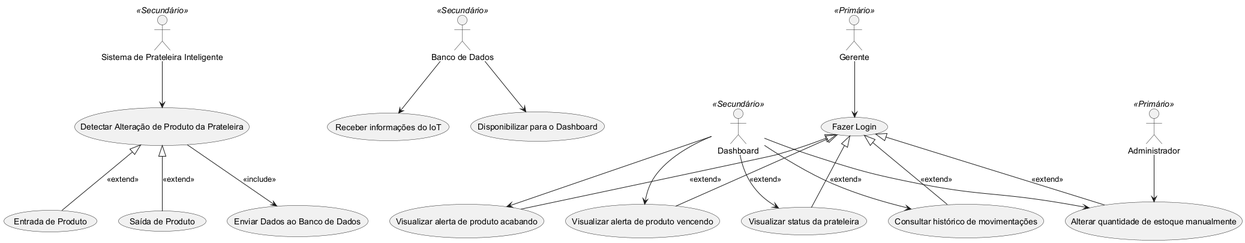
Earlier version of the PlantUML export docs/UMLs/Casos de Uso/casos de uso.png (Harthuz/TCC-RFID). Its source is kept beside it as docs/UMLs/Casos de Uso/casos de uso.puml. Source of this version:
```plantuml
@startuml
actor "Sistema de Prateleira Inteligente" as SPI <<Secundário>>
actor "Banco de Dados" as BD <<Secundário>>
actor "Dashboard" as Dashboard <<Secundário>>
actor "Gerente" as Gerente <<Primário>>
actor "Administrador" as Admin <<Primário>>

usecase "Detectar Alteração de Produto da Prateleira" as Detectar
usecase "Entrada de Produto" as Entrada
usecase "Saída de Produto" as Saida
usecase "Enviar Dados ao Banco de Dados" as Enviar
usecase "Receber informações do IoT" as ReceberIoT
usecase "Disponibilizar para o Dashboard" as DisponibilizarDashboard
usecase "Fazer Login" as FazerLogin
usecase "Consultar histórico de movimentações" as ConsultarHistorico
usecase "Visualizar status da prateleira" as VisualizarStatus
usecase "Visualizar alerta de produto acabando" as AlertaAcabando
usecase "Visualizar alerta de produto vencendo" as AlertaVencendo
usecase "Alterar quantidade de estoque manualmente" as AlterarEstoque

SPI --> Detectar
Detectar <|-- Entrada : <<extend>>
Detectar <|-- Saida : <<extend>>
Detectar --> Enviar : <<include>>

BD --> ReceberIoT
BD --> DisponibilizarDashboard

Gerente --> FazerLogin
FazerLogin <|-- ConsultarHistorico : <<extend>>
FazerLogin <|-- VisualizarStatus : <<extend>>
FazerLogin <|-- AlertaAcabando : <<extend>>
FazerLogin <|-- AlertaVencendo : <<extend>>
FazerLogin <|-- AlterarEstoque : <<extend>>

Dashboard --> ConsultarHistorico
Dashboard --> VisualizarStatus
Dashboard --> AlertaAcabando
Dashboard --> AlertaVencendo
Dashboard --> AlterarEstoque

Admin --> AlterarEstoque
@enduml
```
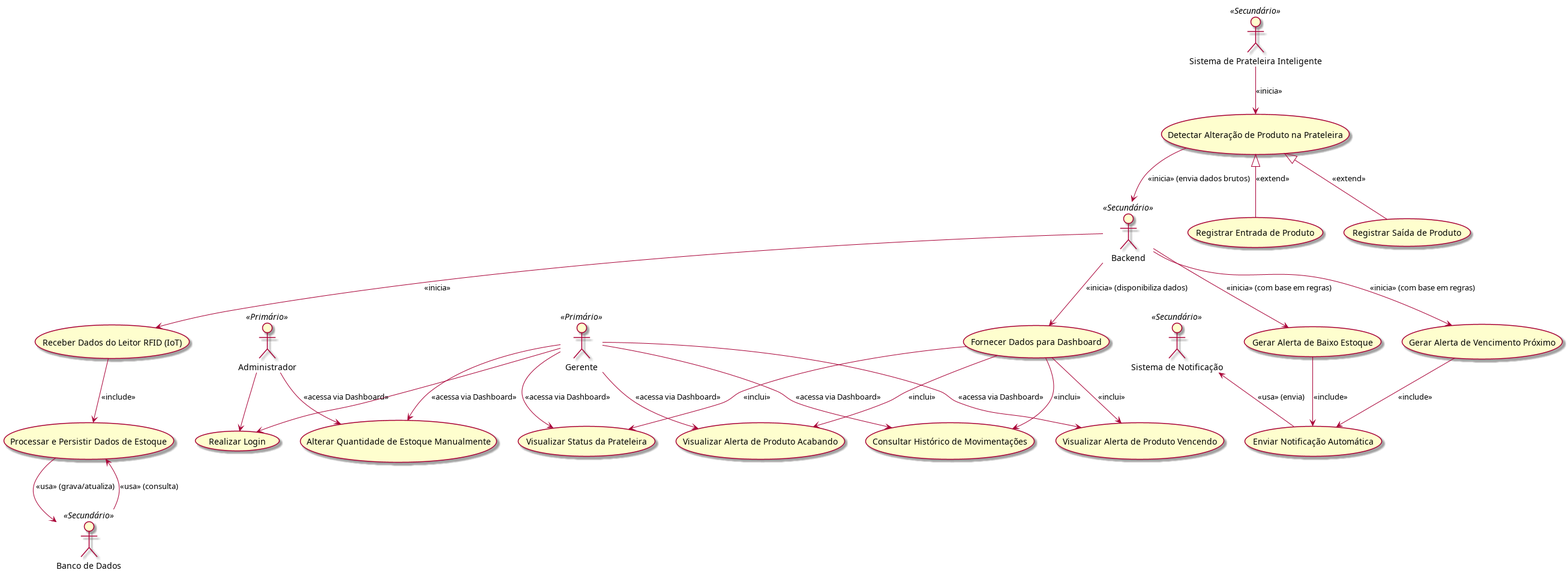
The same file after the commit.

Commit message:
refactor: update use case diagram with additional actors and use cases

Change to the diagram source:
```diff
@@ -1,43 +1,59 @@
 @startuml
 actor "Sistema de Prateleira Inteligente" as SPI <<Secundário>>
 actor "Banco de Dados" as BD <<Secundário>>
-actor "Dashboard" as Dashboard <<Secundário>>
 actor "Gerente" as Gerente <<Primário>>
 actor "Administrador" as Admin <<Primário>>
+actor "Sistema de Notificação" as NotificacaoSystem <<Secundário>>
+actor "Backend" as Backend <<Secundário>>
 
-usecase "Detectar Alteração de Produto da Prateleira" as Detectar
-usecase "Entrada de Produto" as Entrada
-usecase "Saída de Produto" as Saida
-usecase "Enviar Dados ao Banco de Dados" as Enviar
-usecase "Receber informações do IoT" as ReceberIoT
-usecase "Disponibilizar para o Dashboard" as DisponibilizarDashboard
-usecase "Fazer Login" as FazerLogin
-usecase "Consultar histórico de movimentações" as ConsultarHistorico
-usecase "Visualizar status da prateleira" as VisualizarStatus
-usecase "Visualizar alerta de produto acabando" as AlertaAcabando
-usecase "Visualizar alerta de produto vencendo" as AlertaVencendo
-usecase "Alterar quantidade de estoque manualmente" as AlterarEstoque
+usecase "Detectar Alteração de Produto na Prateleira" as Detectar
+usecase "Registrar Entrada de Produto" as Entrada
+usecase "Registrar Saída de Produto" as Saida
+usecase "Processar e Persistir Dados de Estoque" as ProcessarPersistir
+usecase "Receber Dados do Leitor RFID (IoT)" as ReceberIoT
+usecase "Fornecer Dados para Dashboard" as FornecerDashboard
+usecase "Realizar Login" as RealizarLogin
+usecase "Consultar Histórico de Movimentações" as ConsultarHistorico
+usecase "Visualizar Status da Prateleira" as VisualizarStatus
+usecase "Visualizar Alerta de Produto Acabando" as VisualizarAlertaAcabando
+usecase "Visualizar Alerta de Produto Vencendo" as VisualizarAlertaVencendo
+usecase "Alterar Quantidade de Estoque Manualmente" as AlterarEstoque
+usecase "Gerar Alerta de Baixo Estoque" as GerarAlertaAcabando
+usecase "Gerar Alerta de Vencimento Próximo" as GerarAlertaVencendo
+usecase "Enviar Notificação Automática" as EnviarNotificacao
 
-SPI --> Detectar
+SPI --> Detectar : <<inicia>>
 Detectar <|-- Entrada : <<extend>>
 Detectar <|-- Saida : <<extend>>
-Detectar --> Enviar : <<include>>
+Detectar --> Backend : <<inicia>> (envia dados brutos)
 
-BD --> ReceberIoT
-BD --> DisponibilizarDashboard
+Backend --> ReceberIoT : <<inicia>>
+ReceberIoT --> ProcessarPersistir : <<include>>
+ProcessarPersistir --> BD : <<usa>> (grava/atualiza)
+BD --> ProcessarPersistir : <<usa>> (consulta)
 
-Gerente --> FazerLogin
-FazerLogin <|-- ConsultarHistorico : <<extend>>
-FazerLogin <|-- VisualizarStatus : <<extend>>
-FazerLogin <|-- AlertaAcabando : <<extend>>
-FazerLogin <|-- AlertaVencendo : <<extend>>
-FazerLogin <|-- AlterarEstoque : <<extend>>
+Backend --> GerarAlertaAcabando : <<inicia>> (com base em regras)
+Backend --> GerarAlertaVencendo : <<inicia>> (com base em regras)
+GerarAlertaAcabando --> EnviarNotificacao : <<include>>
+GerarAlertaVencendo --> EnviarNotificacao : <<include>>
 
-Dashboard --> ConsultarHistorico
-Dashboard --> VisualizarStatus
-Dashboard --> AlertaAcabando
-Dashboard --> AlertaVencendo
-Dashboard --> AlterarEstoque
+NotificacaoSystem <-- EnviarNotificacao : <<usa>> (envia)
 
-Admin --> AlterarEstoque
+Gerente --> RealizarLogin
+Admin --> RealizarLogin
+
+Gerente --> ConsultarHistorico : <<acessa via Dashboard>>
+Gerente --> VisualizarStatus : <<acessa via Dashboard>>
+Gerente --> VisualizarAlertaAcabando : <<acessa via Dashboard>>
+Gerente --> VisualizarAlertaVencendo : <<acessa via Dashboard>>
+
+Admin --> AlterarEstoque : <<acessa via Dashboard>>
+Gerente --> AlterarEstoque : <<acessa via Dashboard>>
+
+Backend --> FornecerDashboard : <<inicia>> (disponibiliza dados)
+FornecerDashboard --> ConsultarHistorico : <<inclui>>
+FornecerDashboard --> VisualizarStatus : <<inclui>>
+FornecerDashboard --> VisualizarAlertaAcabando : <<inclui>>
+FornecerDashboard --> VisualizarAlertaVencendo : <<inclui>>
+
 @enduml
```
